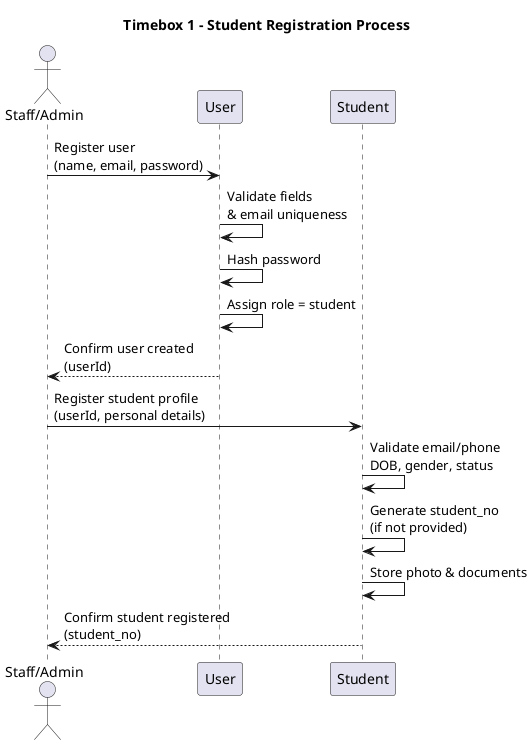
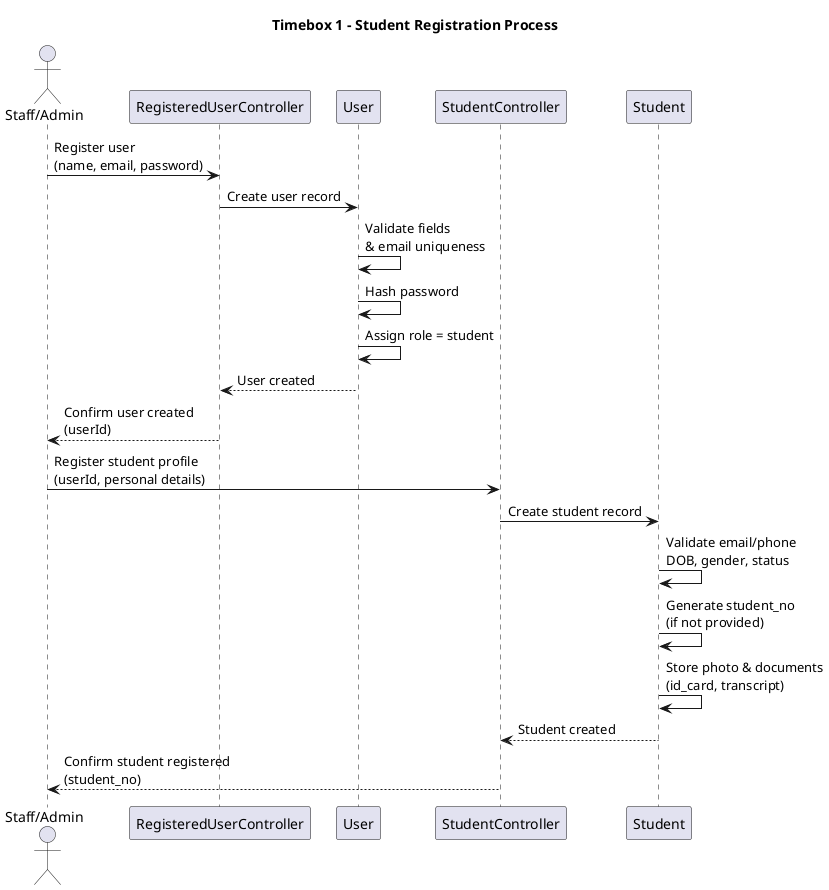
@startuml
title Timebox 1 - Student Registration Process

actor Staff as "Staff/Admin"

+ participant "RegisteredUserController" as UserCtrl
participant "User" as User
+ participant "StudentController" as StudentCtrl
participant "Student" as Student

- Staff -> User: Register user\n(name, email, password)
+ Staff -> UserCtrl: Register user\n(name, email, password)
+ UserCtrl -> User: Create user record
User -> User: Validate fields\n& email uniqueness
User -> User: Hash password
User -> User: Assign role = student
- User --> Staff: Confirm user created\n(userId)
+ User --> UserCtrl: User created
+ UserCtrl --> Staff: Confirm user created\n(userId)

- Staff -> Student: Register student profile\n(userId, personal details)
+ Staff -> StudentCtrl: Register student profile\n(userId, personal details)
+ StudentCtrl -> Student: Create student record
Student -> Student: Validate email/phone\nDOB, gender, status
Student -> Student: Generate student_no\n(if not provided)
- Student -> Student: Store photo & documents
- Student --> Staff: Confirm student registered\n(student_no)
+ Student -> Student: Store photo & documents\n(id_card, transcript)
+ Student --> StudentCtrl: Student created
+ StudentCtrl --> Staff: Confirm student registered\n(student_no)

@enduml